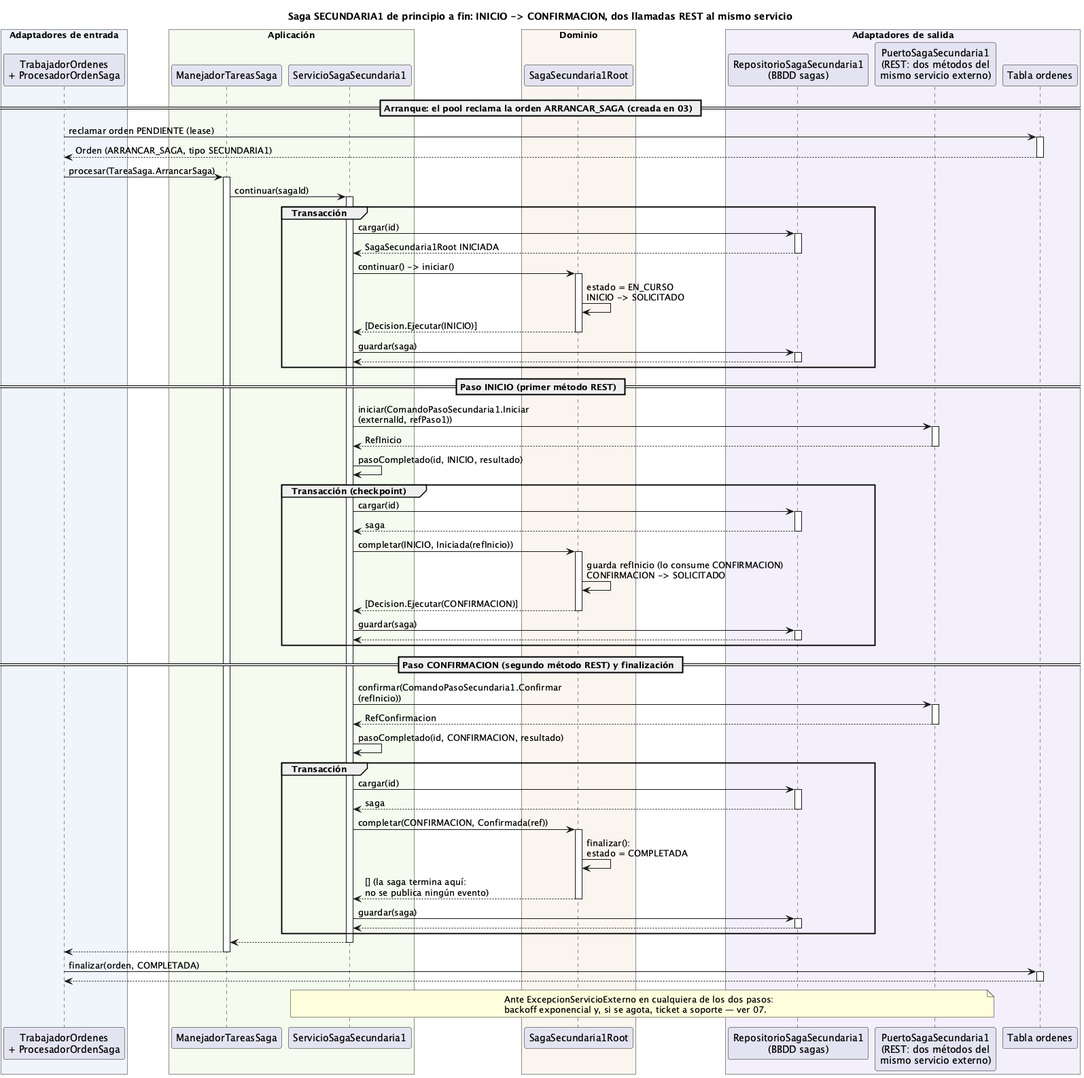
Earlier version of the PlantUML export order-manager/docs/04-saga-secundaria1.png (ralcazar/patrones). The source it was exported from:
```plantuml
@startuml 04-saga-secundaria1
title Saga SECUNDARIA1 de principio a fin: INICIO -> CONFIRMACION, dos llamadas REST al mismo servicio

box "Adaptadores de entrada" #EFF5FB
  participant "TrabajadorOrdenes\n+ ProcesadorOrdenSaga" as TRAB
end box
box "Aplicación" #F5FBEF
  participant "ManejadorTareasSaga" as MANEJ
  participant "ServicioSagaSecundaria1" as SSEC
end box
box "Dominio" #FBF5EF
  participant "SagaSecundaria1Root" as SAGA
end box
box "Adaptadores de salida" #F3EFFB
  participant "RepositorioSagaSecundaria1\n(BBDD sagas)" as REPOS
  participant "PuertoSagaSecundaria1\n(REST: dos métodos del\nmismo servicio externo)" as PSEC
  participant "Tabla ordenes" as ORD
end box

== Arranque: el pool reclama la orden ARRANCAR_SAGA (creada en 03) ==
TRAB -> ORD ++ : reclamar orden PENDIENTE (lease)
return Orden (ARRANCAR_SAGA, tipo SECUNDARIA1)
TRAB -> MANEJ ++ : procesar(TareaSaga.ArrancarSaga)
MANEJ -> SSEC ++ : continuar(sagaId)
group Transacción
  SSEC -> REPOS ++ : cargar(id)
  return SagaSecundaria1Root INICIADA
  SSEC -> SAGA ++ : continuar() -> iniciar()
  SAGA -> SAGA : estado = EN_CURSO\nINICIO -> SOLICITADO
  return [Decision.Ejecutar(INICIO)]
  SSEC -> REPOS ++ : guardar(saga)
  return
end

== Paso INICIO (primer método REST) ==
SSEC -> PSEC ++ : iniciar(ComandoPasoSecundaria1.Iniciar\n(externalId, refPaso1))
return RefInicio
SSEC -> SSEC : pasoCompletado(id, INICIO, resultado)
group Transacción (checkpoint)
  SSEC -> REPOS ++ : cargar(id)
  return saga
  SSEC -> SAGA ++ : completar(INICIO, Iniciada(refInicio))
  SAGA -> SAGA : guarda refInicio (lo consume CONFIRMACION)\nCONFIRMACION -> SOLICITADO
  return [Decision.Ejecutar(CONFIRMACION)]
  SSEC -> REPOS ++ : guardar(saga)
  return
end

== Paso CONFIRMACION (segundo método REST) y finalización ==
SSEC -> PSEC ++ : confirmar(ComandoPasoSecundaria1.Confirmar\n(refInicio))
return RefConfirmacion
SSEC -> SSEC : pasoCompletado(id, CONFIRMACION, resultado)
group Transacción
  SSEC -> REPOS ++ : cargar(id)
  return saga
  SSEC -> SAGA ++ : completar(CONFIRMACION, Confirmada(ref))
  SAGA -> SAGA : finalizar():\nestado = COMPLETADA
  return [] (la saga termina aquí:\nno se publica ningún evento)
  SSEC -> REPOS ++ : guardar(saga)
  return
end
return
return
TRAB -> ORD ++ : finalizar(orden, COMPLETADA)
return

note over SSEC, PSEC
  Ante ExcepcionServicioExterno en cualquiera de los dos pasos:
  backoff exponencial y, si se agota, ticket a soporte — ver 07.
end note
@enduml
```
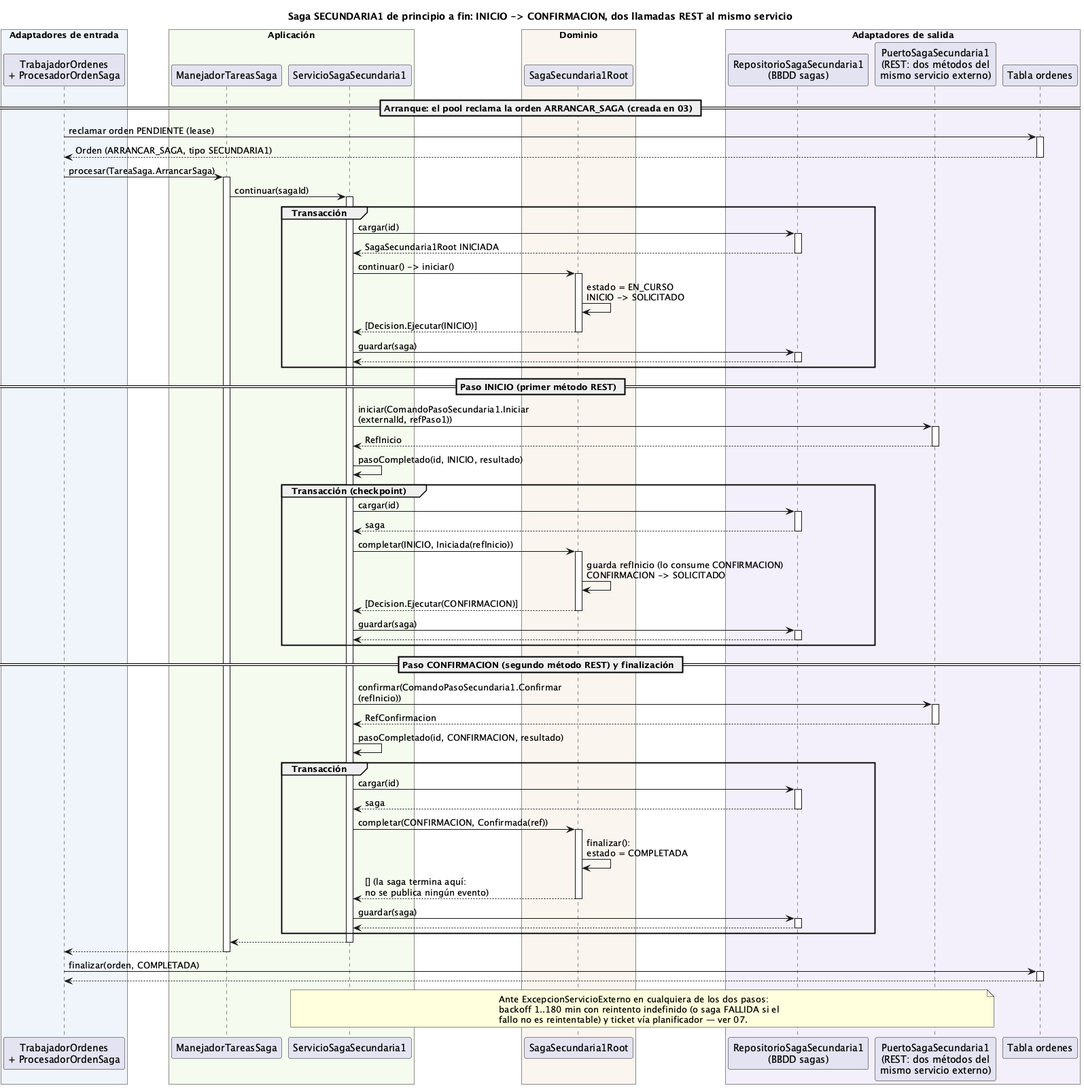
After the commit.

What changed in the source:
```diff
@@ -66,6 +66,7 @@
 
 note over SSEC, PSEC
   Ante ExcepcionServicioExterno en cualquiera de los dos pasos:
-  backoff exponencial y, si se agota, ticket a soporte — ver 07.
+  backoff 1..180 min con reintento indefinido (o saga FALLIDA si el
+  fallo no es reintentable) y ticket vía planificador — ver 07.
 end note
 @enduml
```
